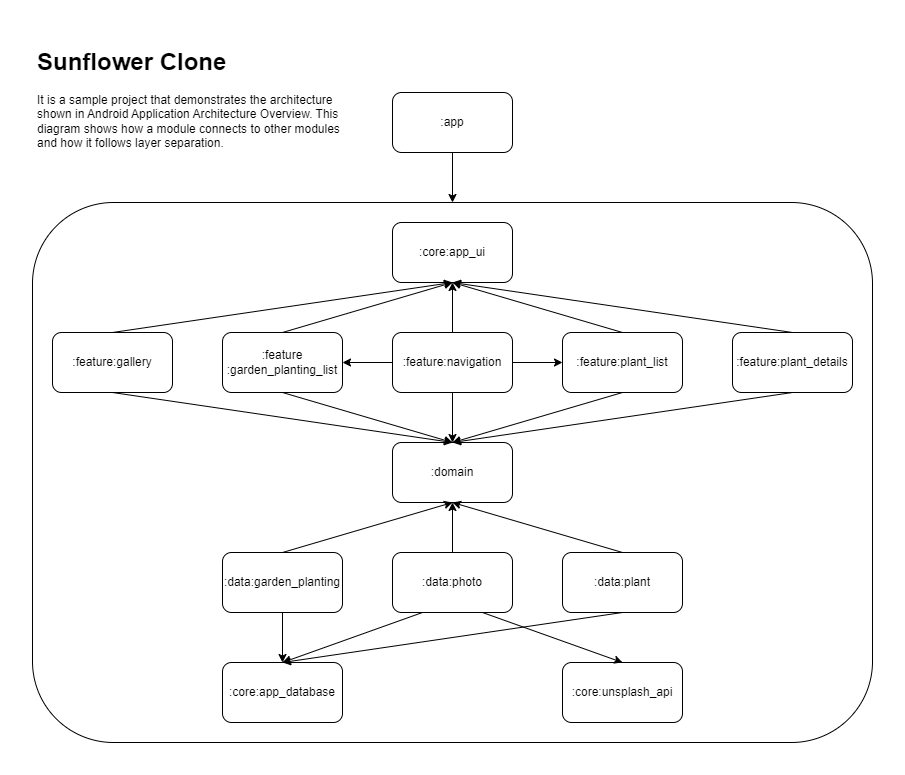
Earlier version of the draw.io export docs/diagrams/Sunflower Clone Dependency Graph.png (Deathhit/SunflowerClone). Source tidied: cells renumbered, new cells last; positions are measured from the earlier drawing's top-left corner, leaving out a move shared by most shapes.
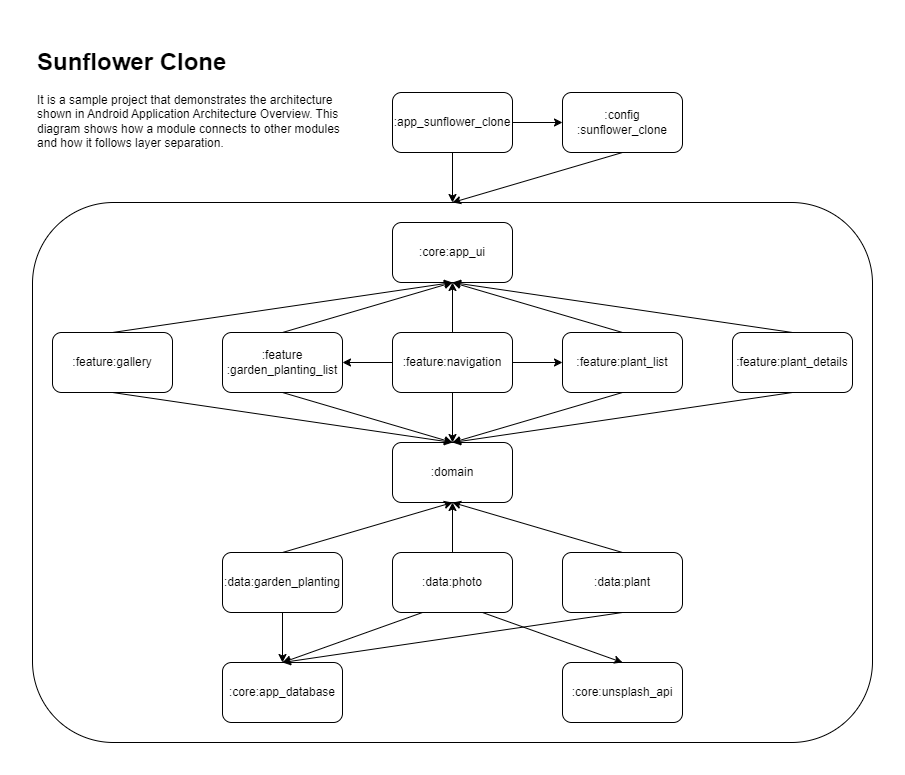
Later version of the same file.

Commit message:
Update the dependency graph.

Change to the diagram source:
```diff
@@ -8,7 +8,7 @@
     <mxCell id="3" value="&lt;h1&gt;Sunflower Clone&lt;/h1&gt;&lt;p&gt;It is a sample project that demonstrates the architecture shown in Android Application Architecture Overview. This diagram shows how a module connects to other modules and how it follows layer separation.&lt;/p&gt;" style="text;html=1;strokeColor=none;fillColor=none;spacing=5;spacingTop=-20;whiteSpace=wrap;overflow=hidden;rounded=0;" parent="2" vertex="1">
       <mxGeometry width="320" height="120" as="geometry" />
     </mxCell>
-    <mxCell id="4" value=":app" style="rounded=1;whiteSpace=wrap;html=1;" parent="2" vertex="1">
+    <mxCell id="4" value=":app_sunflower_clone" style="rounded=1;whiteSpace=wrap;html=1;" parent="2" vertex="1">
       <mxGeometry x="360" y="50" width="120" height="60" as="geometry" />
     </mxCell>
     <mxCell id="5" style="endArrow=classic;html=1;rounded=0;exitX=0.5;exitY=1;exitDx=0;exitDy=0;entryX=0.5;entryY=0;entryDx=0;entryDy=0;" parent="2" edge="1" source="4" target="6">
@@ -110,5 +110,14 @@
     <mxCell id="37" style="endArrow=classic;html=1;rounded=0;entryX=0;entryY=0.5;entryDx=0;entryDy=0;exitX=1;exitY=0.5;exitDx=0;exitDy=0;" parent="2" edge="1" source="9" target="11">
       <mxGeometry relative="1" as="geometry" />
     </mxCell>
+    <mxCell id="38" value=":config&lt;br&gt;:sunflower_clone" style="rounded=1;whiteSpace=wrap;html=1;" parent="2" vertex="1">
+      <mxGeometry x="530" y="50" width="120" height="60" as="geometry" />
+    </mxCell>
+    <mxCell id="39" style="endArrow=classic;html=1;rounded=0;entryX=0;entryY=0.5;entryDx=0;entryDy=0;exitX=1;exitY=0.5;exitDx=0;exitDy=0;" parent="2" edge="1" source="4" target="38">
+      <mxGeometry relative="1" as="geometry" />
+    </mxCell>
+    <mxCell id="40" style="endArrow=classic;html=1;rounded=0;exitX=0.5;exitY=1;exitDx=0;exitDy=0;entryX=0.5;entryY=0;entryDx=0;entryDy=0;" parent="2" edge="1" source="38" target="6">
+      <mxGeometry relative="1" as="geometry" />
+    </mxCell>
   </root>
 </mxGraphModel>
```
